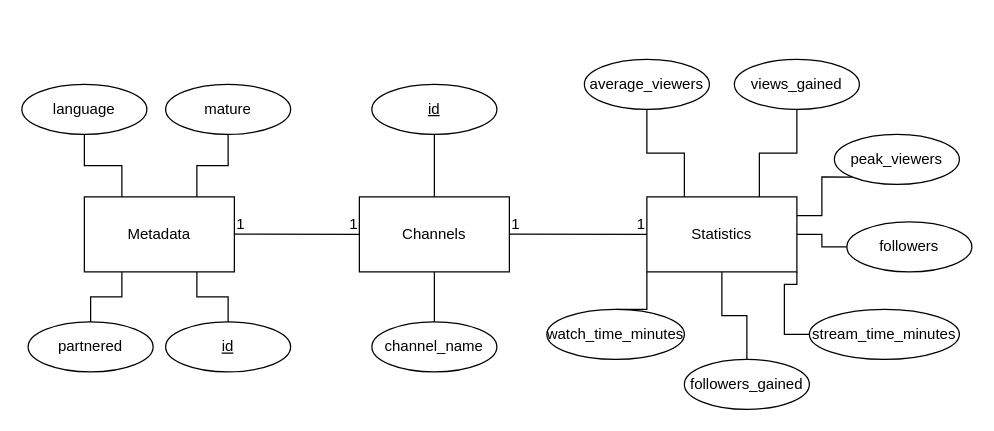
The draw.io diagram Untitled Diagram.drawio in Breadleaf/csci403-final, before the edit. Source tidied: cells renumbered, new cells numbered last; positions are measured from the earlier drawing's top-left corner, leaving out a move shared by most shapes. Both pictures are drawn from the tidied source at 125%, with x=0, y=0 at pixel (21, 59).
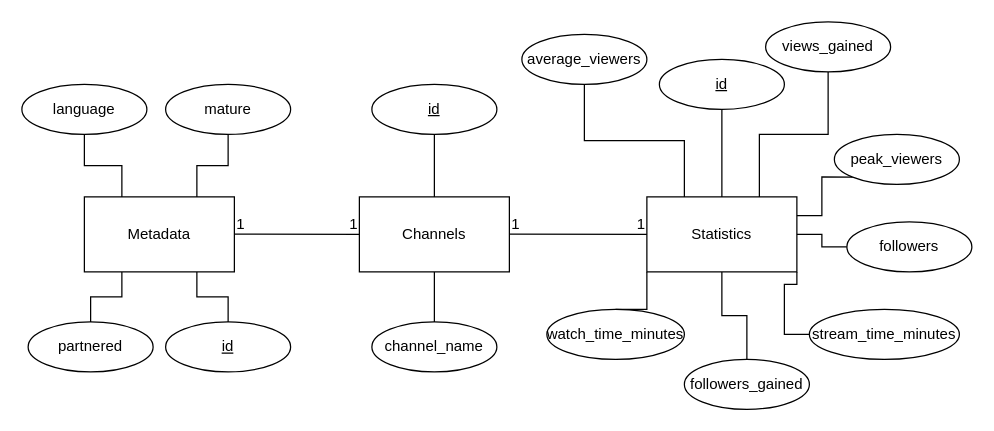
After the change.

The change refers to these unchanged cells:
```xml
<mxCell id="4" value="Statistics" style="rounded=0;whiteSpace=wrap;html=1;" parent="1" vertex="1">
  <mxGeometry x="500" y="110" width="120" height="60" as="geometry" />
</mxCell>
```

Change to the diagram source:
```diff
@@
     <mxCell id="24" value="average_viewers" style="ellipse;whiteSpace=wrap;html=1;align=center;" parent="1" vertex="1">
-      <mxGeometry x="450" width="100" height="40" as="geometry" />
+      <mxGeometry x="400" y="-20" width="100" height="40" as="geometry" />
     </mxCell>
@@
     <mxCell id="26" value="views_gained" style="ellipse;whiteSpace=wrap;html=1;align=center;" parent="1" vertex="1">
-      <mxGeometry x="570" width="100" height="40" as="geometry" />
+      <mxGeometry x="595" y="-30" width="100" height="40" as="geometry" />
     </mxCell>
@@
+    <mxCell id="37" style="edgeStyle=orthogonalEdgeStyle;rounded=0;jettySize=auto;html=1;exitX=0.5;exitY=1;exitDx=0;exitDy=0;entryX=0.5;entryY=0;entryDx=0;entryDy=0;endArrow=none;endFill=0;" parent="1" edge="1" source="38" target="4">
+      <mxGeometry relative="1" as="geometry" />
+    </mxCell>
+    <mxCell id="38" value="&lt;div&gt;id&lt;/div&gt;" style="ellipse;whiteSpace=wrap;html=1;align=center;fontStyle=4;" parent="1" vertex="1">
+      <mxGeometry x="510" width="100" height="40" as="geometry" />
+    </mxCell>
```
